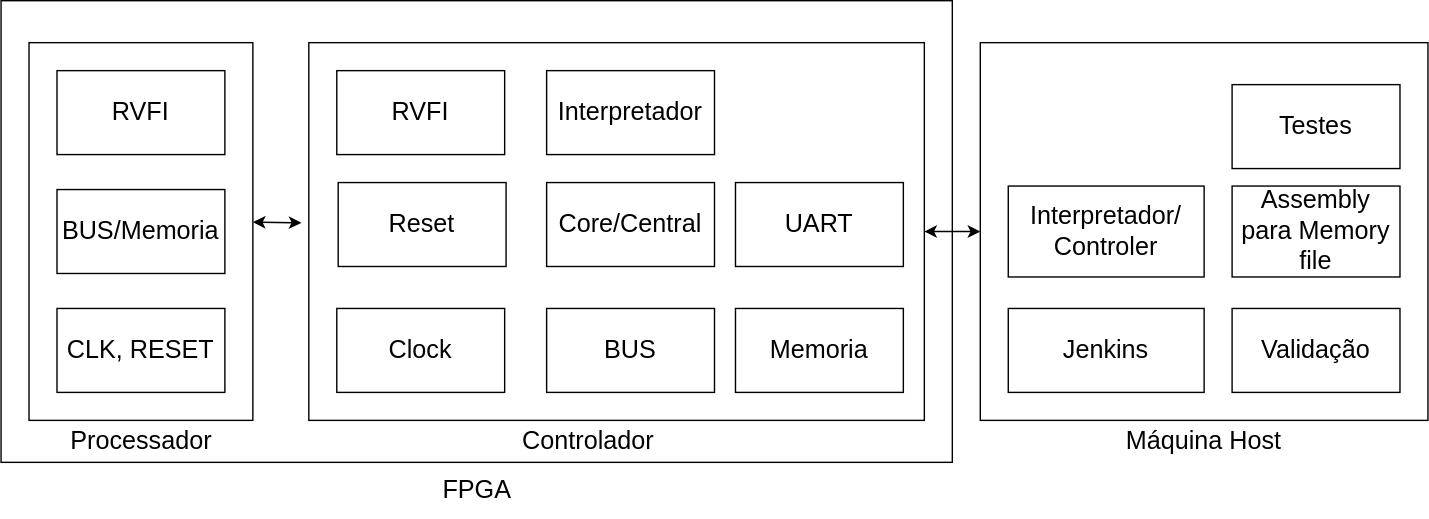
This is docs/assets/controlador-riscv.svg from LSC-Unicamp/processor-ci-website, a draw.io export, as it was before one commit. Source tidied: cells renumbered, new cells last; positions are measured from the earlier drawing's top-left corner, leaving out a move shared by most shapes.
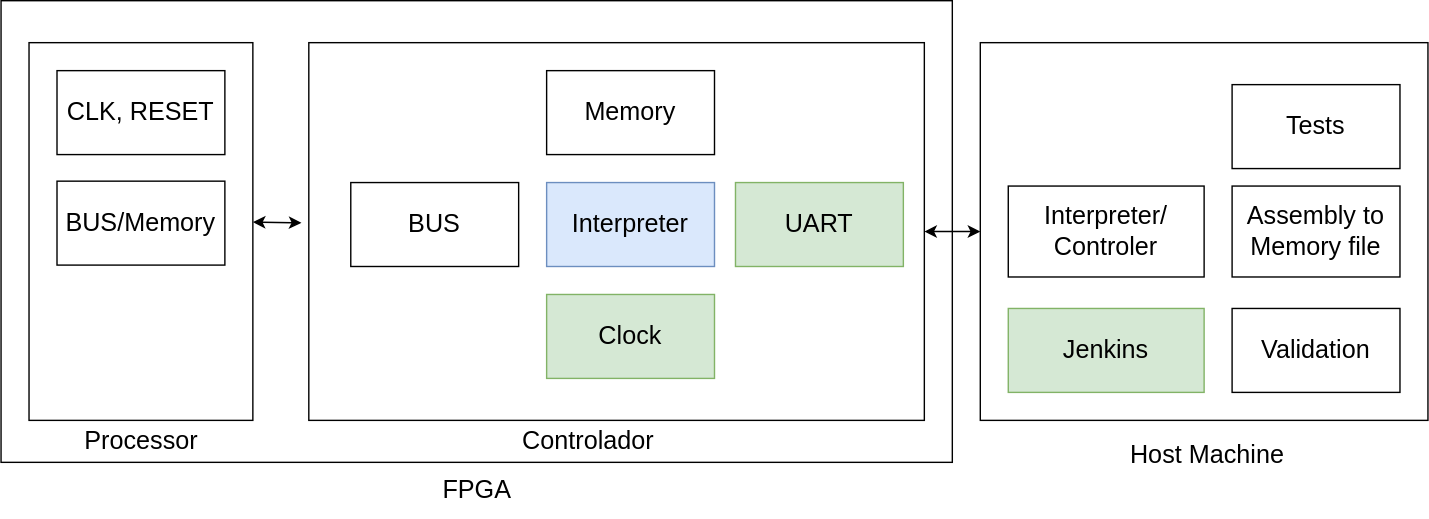
Above is the later version.

Change to the diagram source:
```diff
@@ -8,35 +8,26 @@
     <mxCell id="3" style="rounded=0;whiteSpace=wrap;html=1;" parent="1" vertex="1">
       <mxGeometry x="220" y="30" width="440" height="270" as="geometry" />
     </mxCell>
-    <mxCell id="4" value="&lt;font style=&quot;font-size: 18px;&quot;&gt;UART&lt;/font&gt;" style="rounded=0;whiteSpace=wrap;html=1;" parent="1" vertex="1">
+    <mxCell id="4" value="&lt;font style=&quot;font-size: 18px;&quot;&gt;UART&lt;/font&gt;" style="rounded=0;whiteSpace=wrap;html=1;fillColor=#d5e8d4;strokeColor=#82b366;" parent="1" vertex="1">
       <mxGeometry x="525" y="130" width="120" height="60" as="geometry" />
     </mxCell>
-    <mxCell id="5" value="&lt;font style=&quot;font-size: 18px;&quot;&gt;Clock&lt;/font&gt;" style="rounded=0;whiteSpace=wrap;html=1;" parent="1" vertex="1">
-      <mxGeometry x="240" y="220" width="120" height="60" as="geometry" />
+    <mxCell id="5" value="&lt;font style=&quot;font-size: 18px;&quot;&gt;Clock&lt;/font&gt;" style="rounded=0;whiteSpace=wrap;html=1;fillColor=#d5e8d4;strokeColor=#82b366;" parent="1" vertex="1">
+      <mxGeometry x="390" y="210" width="120" height="60" as="geometry" />
     </mxCell>
-    <mxCell id="6" value="&lt;font style=&quot;font-size: 18px;&quot;&gt;Reset&lt;/font&gt;" style="rounded=0;whiteSpace=wrap;html=1;" parent="1" vertex="1">
-      <mxGeometry x="241" y="130" width="120" height="60" as="geometry" />
-    </mxCell>
-    <mxCell id="7" value="&lt;font style=&quot;font-size: 18px;&quot;&gt;RVFI&lt;/font&gt;" style="rounded=0;whiteSpace=wrap;html=1;" parent="1" vertex="1">
-      <mxGeometry x="240" y="50" width="120" height="60" as="geometry" />
-    </mxCell>
     <mxCell id="8" value="&lt;font style=&quot;font-size: 18px;&quot;&gt;BUS&lt;/font&gt;" style="rounded=0;whiteSpace=wrap;html=1;" parent="1" vertex="1">
-      <mxGeometry x="390" y="220" width="120" height="60" as="geometry" />
+      <mxGeometry x="250" y="130" width="120" height="60" as="geometry" />
     </mxCell>
-    <mxCell id="9" value="&lt;font style=&quot;font-size: 18px;&quot;&gt;Interpretador&lt;/font&gt;" style="rounded=0;whiteSpace=wrap;html=1;" parent="1" vertex="1">
-      <mxGeometry x="390" y="50" width="120" height="60" as="geometry" />
+    <mxCell id="9" value="&lt;font style=&quot;font-size: 18px;&quot;&gt;Interpreter&lt;/font&gt;" style="rounded=0;whiteSpace=wrap;html=1;fillColor=#dae8fc;strokeColor=#6c8ebf;" parent="1" vertex="1">
+      <mxGeometry x="390" y="130" width="120" height="60" as="geometry" />
     </mxCell>
     <mxCell id="10" value="&lt;font style=&quot;font-size: 18px;&quot;&gt;Controlador&lt;/font&gt;" style="text;html=1;strokeColor=none;fillColor=none;align=center;verticalAlign=middle;whiteSpace=wrap;rounded=0;" parent="1" vertex="1">
       <mxGeometry x="390" y="300" width="60" height="30" as="geometry" />
     </mxCell>
-    <mxCell id="11" value="&lt;font style=&quot;font-size: 18px;&quot;&gt;Core/Central&lt;/font&gt;" style="rounded=0;whiteSpace=wrap;html=1;" parent="1" vertex="1">
-      <mxGeometry x="390" y="130" width="120" height="60" as="geometry" />
-    </mxCell>
     <mxCell id="12" style="rounded=0;whiteSpace=wrap;html=1;" parent="1" vertex="1">
       <mxGeometry x="20" y="30" width="160" height="270" as="geometry" />
     </mxCell>
-    <mxCell id="13" value="&lt;font style=&quot;font-size: 18px;&quot;&gt;Processador&lt;/font&gt;" style="text;html=1;align=center;verticalAlign=middle;strokeColor=none;fillColor=none;" parent="1" vertex="1">
-      <mxGeometry x="40" y="295" width="120" height="40" as="geometry" />
+    <mxCell id="13" value="&lt;font style=&quot;font-size: 18px;&quot;&gt;Processor&lt;/font&gt;" style="text;html=1;align=center;verticalAlign=middle;strokeColor=none;fillColor=none;" parent="1" vertex="1">
+      <mxGeometry x="45" y="295" width="110" height="40" as="geometry" />
     </mxCell>
     <mxCell id="14" style="endArrow=classic;startArrow=classic;html=1;rounded=0;exitX=-0.012;exitY=0.477;exitDx=0;exitDy=0;exitPerimeter=0;entryX=1;entryY=0.475;entryDx=0;entryDy=0;entryPerimeter=0;" parent="1" edge="1" source="3" target="12">
       <mxGeometry relative="1" as="geometry" />
@@ -44,41 +35,38 @@
     <mxCell id="15" style="rounded=0;whiteSpace=wrap;html=1;" parent="1" vertex="1">
       <mxGeometry x="700" y="30" width="320" height="270" as="geometry" />
     </mxCell>
-    <mxCell id="16" value="&lt;font style=&quot;font-size: 18px;&quot;&gt;Interpretador/&lt;/font&gt;&lt;div&gt;&lt;font style=&quot;font-size: 18px;&quot;&gt;Controler&lt;/font&gt;&lt;/div&gt;" style="rounded=0;whiteSpace=wrap;html=1;" parent="1" vertex="1">
+    <mxCell id="16" value="&lt;font style=&quot;font-size: 18px;&quot;&gt;Interpreter/&lt;/font&gt;&lt;div&gt;&lt;font style=&quot;font-size: 18px;&quot;&gt;Controler&lt;/font&gt;&lt;/div&gt;" style="rounded=0;whiteSpace=wrap;html=1;" parent="1" vertex="1">
       <mxGeometry x="720" y="132.5" width="140" height="65" as="geometry" />
     </mxCell>
-    <mxCell id="17" value="&lt;font style=&quot;font-size: 18px;&quot;&gt;Máquina Host&lt;/font&gt;" style="text;html=1;strokeColor=none;fillColor=none;align=center;verticalAlign=middle;whiteSpace=wrap;rounded=0;" parent="1" vertex="1">
-      <mxGeometry x="800" y="300" width="120" height="30" as="geometry" />
+    <mxCell id="17" value="&lt;font style=&quot;font-size: 18px;&quot;&gt;&amp;nbsp;Host Machine&lt;/font&gt;" style="text;html=1;strokeColor=none;fillColor=none;align=center;verticalAlign=middle;whiteSpace=wrap;rounded=0;" parent="1" vertex="1">
+      <mxGeometry x="800" y="310" width="120" height="30" as="geometry" />
     </mxCell>
-    <mxCell id="18" value="&lt;font style=&quot;font-size: 18px;&quot;&gt;Testes&lt;/font&gt;" style="rounded=0;whiteSpace=wrap;html=1;" parent="1" vertex="1">
+    <mxCell id="18" value="&lt;font style=&quot;font-size: 18px;&quot;&gt;Tests&lt;/font&gt;" style="rounded=0;whiteSpace=wrap;html=1;" parent="1" vertex="1">
       <mxGeometry x="880" y="60" width="120" height="60" as="geometry" />
     </mxCell>
-    <mxCell id="19" value="&lt;font style=&quot;font-size: 18px;&quot;&gt;Assembly para Memory file&lt;/font&gt;" style="rounded=0;whiteSpace=wrap;html=1;" parent="1" vertex="1">
+    <mxCell id="19" value="&lt;font style=&quot;font-size: 18px;&quot;&gt;Assembly to Memory file&lt;/font&gt;" style="rounded=0;whiteSpace=wrap;html=1;" parent="1" vertex="1">
       <mxGeometry x="880" y="132.5" width="120" height="65" as="geometry" />
     </mxCell>
-    <mxCell id="20" value="&lt;font style=&quot;font-size: 18px;&quot;&gt;Validação&lt;/font&gt;" style="rounded=0;whiteSpace=wrap;html=1;" parent="1" vertex="1">
+    <mxCell id="20" value="&lt;span style=&quot;font-size: 18px;&quot;&gt;Validation&lt;/span&gt;" style="rounded=0;whiteSpace=wrap;html=1;" parent="1" vertex="1">
       <mxGeometry x="880" y="220" width="120" height="60" as="geometry" />
     </mxCell>
     <mxCell id="21" style="endArrow=classic;startArrow=classic;html=1;rounded=0;entryX=0;entryY=0.5;entryDx=0;entryDy=0;exitX=1;exitY=0.5;exitDx=0;exitDy=0;" parent="1" edge="1" source="3" target="15">
       <mxGeometry relative="1" as="geometry" />
     </mxCell>
-    <mxCell id="22" value="&lt;font style=&quot;font-size: 18px;&quot;&gt;RVFI&lt;/font&gt;" style="rounded=0;whiteSpace=wrap;html=1;" parent="1" vertex="1">
-      <mxGeometry x="40" y="50" width="120" height="60" as="geometry" />
-    </mxCell>
-    <mxCell id="23" value="&lt;font style=&quot;font-size: 18px;&quot;&gt;BUS/Memoria&lt;/font&gt;" style="rounded=0;whiteSpace=wrap;html=1;" parent="1" vertex="1">
-      <mxGeometry x="40" y="135" width="120" height="60" as="geometry" />
+    <mxCell id="23" value="&lt;font style=&quot;font-size: 18px;&quot;&gt;BUS/Memory&lt;/font&gt;" style="rounded=0;whiteSpace=wrap;html=1;" parent="1" vertex="1">
+      <mxGeometry x="40" y="129" width="120" height="60" as="geometry" />
     </mxCell>
     <mxCell id="24" value="&lt;font style=&quot;font-size: 18px;&quot;&gt;CLK, RESET&lt;/font&gt;" style="rounded=0;whiteSpace=wrap;html=1;" parent="1" vertex="1">
-      <mxGeometry x="40" y="220" width="120" height="60" as="geometry" />
+      <mxGeometry x="40" y="50" width="120" height="60" as="geometry" />
     </mxCell>
-    <mxCell id="25" value="&lt;font style=&quot;font-size: 18px;&quot;&gt;Jenkins&lt;/font&gt;" style="rounded=0;whiteSpace=wrap;html=1;" parent="1" vertex="1">
+    <mxCell id="25" value="&lt;font style=&quot;font-size: 18px;&quot;&gt;Jenkins&lt;/font&gt;" style="rounded=0;whiteSpace=wrap;html=1;fillColor=#d5e8d4;strokeColor=#82b366;" parent="1" vertex="1">
       <mxGeometry x="720" y="220" width="140" height="60" as="geometry" />
     </mxCell>
     <mxCell id="26" value="&lt;font style=&quot;font-size: 18px;&quot;&gt;FPGA&lt;/font&gt;" style="text;html=1;align=center;verticalAlign=middle;strokeColor=none;fillColor=none;" parent="1" vertex="1">
       <mxGeometry x="305" y="330" width="70" height="40" as="geometry" />
     </mxCell>
-    <mxCell id="27" value="&lt;font style=&quot;font-size: 18px;&quot;&gt;Memoria&lt;/font&gt;" style="rounded=0;whiteSpace=wrap;html=1;" parent="1" vertex="1">
-      <mxGeometry x="525" y="220" width="120" height="60" as="geometry" />
+    <mxCell id="27" value="&lt;font style=&quot;font-size: 18px;&quot;&gt;Memory&lt;/font&gt;" style="rounded=0;whiteSpace=wrap;html=1;" parent="1" vertex="1">
+      <mxGeometry x="390" y="50" width="120" height="60" as="geometry" />
     </mxCell>
   </root>
 </mxGraphModel>
```
